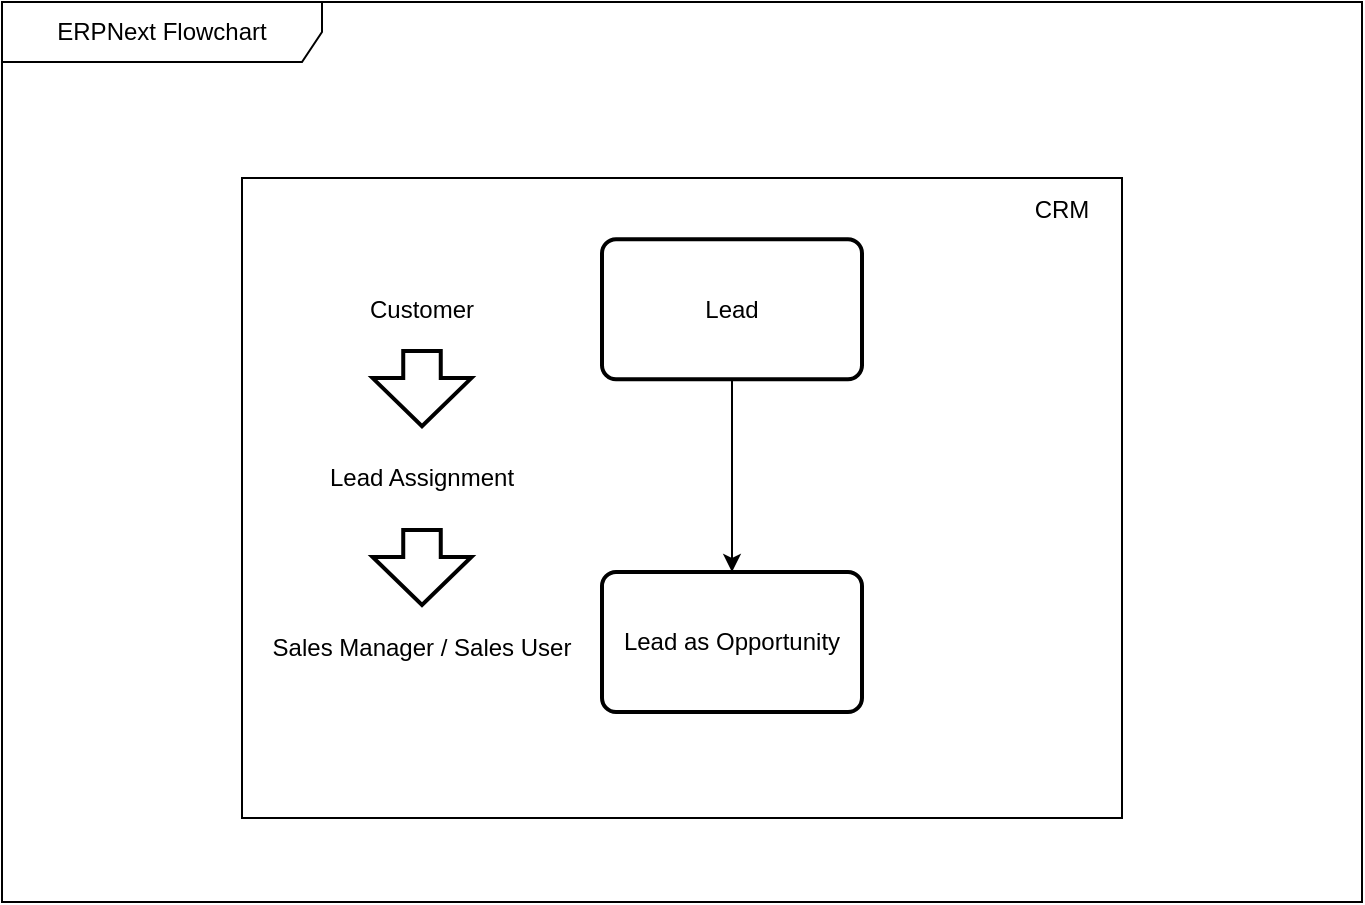
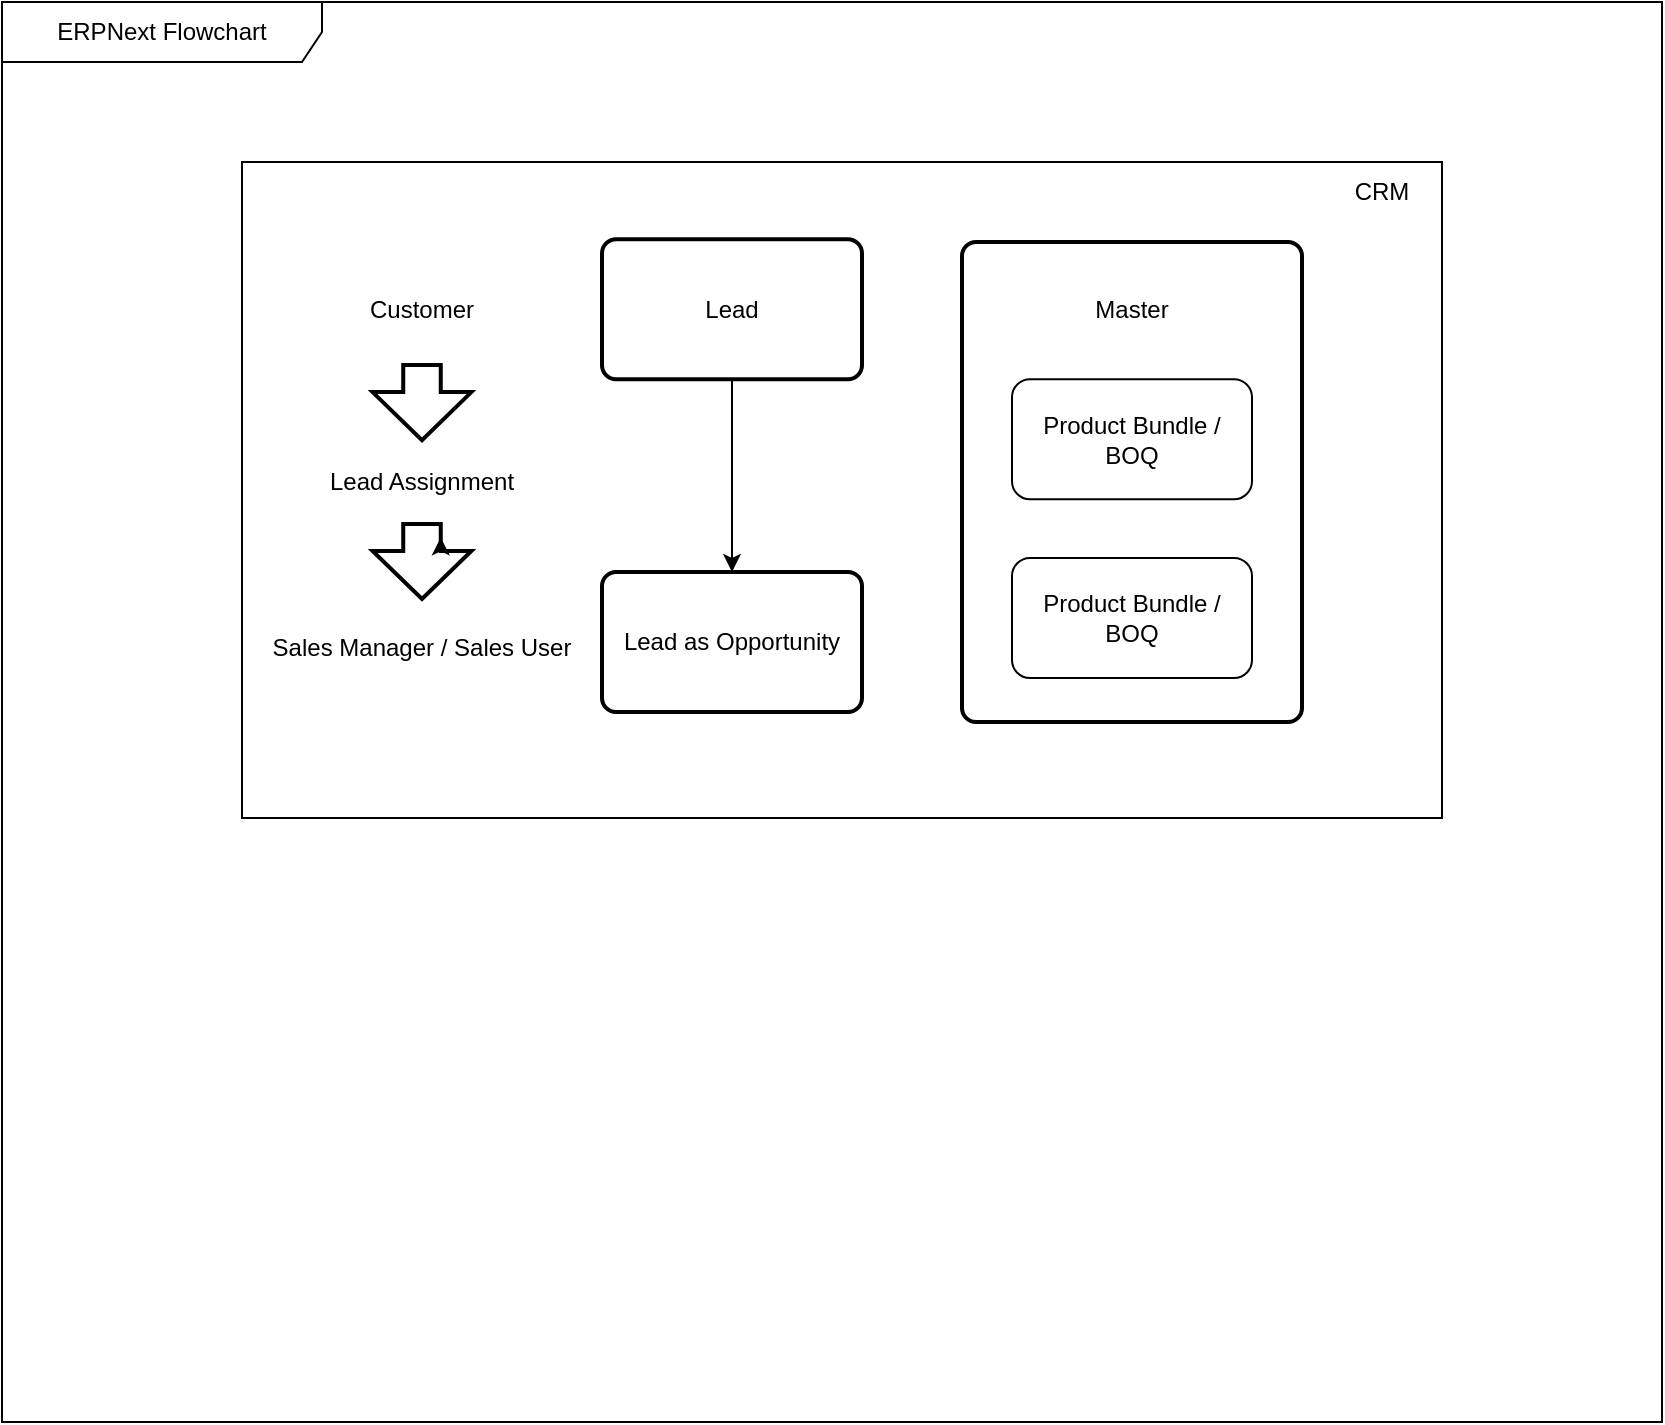
<mxfile host="Electron" agent="Mozilla/5.0 (Windows NT 10.0; Win64; x64) AppleWebKit/537.36 (KHTML, like Gecko) draw.io/28.2.5 Chrome/138.0.7204.251 Electron/37.6.1 Safari/537.36" version="28.2.5">
  <diagram name="ERPNext-Flowchart" id="5VQpRf3UxsrrhgqVb7EB">
    <mxGraphModel dx="1111" dy="537" grid="1" gridSize="10" guides="1" tooltips="1" connect="1" arrows="1" fold="1" page="1" pageScale="1" pageWidth="827" pageHeight="1169" math="0" shadow="0">
      <root>
        <mxCell id="0" />
        <mxCell id="1" parent="0" />
        <mxCell id="KllrkMzeH1JwtFpocHV2-1" value="ERPNext Flowchart" style="shape=umlFrame;whiteSpace=wrap;html=1;pointerEvents=0;recursiveResize=0;container=1;collapsible=0;width=160;" parent="1" vertex="1">
-           <mxGeometry x="80" y="190" width="680" height="450" as="geometry" />
+           <mxGeometry x="40" y="200" width="830" height="710" as="geometry" />
        </mxCell>
        <mxCell id="KllrkMzeH1JwtFpocHV2-4" value="" style="rounded=0;whiteSpace=wrap;html=1;" parent="KllrkMzeH1JwtFpocHV2-1" vertex="1">
-           <mxGeometry x="120" y="88" width="440" height="320" as="geometry" />
+           <mxGeometry x="120" y="80" width="600" height="328" as="geometry" />
        </mxCell>
        <mxCell id="KllrkMzeH1JwtFpocHV2-5" value="CRM" style="text;html=1;align=center;verticalAlign=middle;whiteSpace=wrap;rounded=0;" parent="KllrkMzeH1JwtFpocHV2-1" vertex="1">
-           <mxGeometry x="500" y="88.62" width="60" height="30" as="geometry" />
+           <mxGeometry x="660" y="80" width="60" height="30" as="geometry" />
        </mxCell>
        <mxCell id="KllrkMzeH1JwtFpocHV2-8" style="edgeStyle=orthogonalEdgeStyle;rounded=0;orthogonalLoop=1;jettySize=auto;html=1;entryX=0.5;entryY=0;entryDx=0;entryDy=0;" parent="KllrkMzeH1JwtFpocHV2-1" source="KllrkMzeH1JwtFpocHV2-6" target="KllrkMzeH1JwtFpocHV2-7" edge="1">
          <mxGeometry relative="1" as="geometry" />
        </mxCell>
        <mxCell id="KllrkMzeH1JwtFpocHV2-6" value="Lead" style="rounded=1;whiteSpace=wrap;html=1;absoluteArcSize=1;arcSize=14;strokeWidth=2;" parent="KllrkMzeH1JwtFpocHV2-1" vertex="1">
          <mxGeometry x="300" y="118.62" width="130" height="70" as="geometry" />
        </mxCell>
        <mxCell id="KllrkMzeH1JwtFpocHV2-7" value="Lead as Opportunity" style="rounded=1;whiteSpace=wrap;html=1;absoluteArcSize=1;arcSize=14;strokeWidth=2;" parent="KllrkMzeH1JwtFpocHV2-1" vertex="1">
          <mxGeometry x="300" y="285" width="130" height="70" as="geometry" />
        </mxCell>
-         <mxCell id="C1Wobmr2DnB0NistbBoQ-4" value="Customer" style="text;html=1;align=center;verticalAlign=middle;whiteSpace=wrap;rounded=0;" vertex="1" parent="KllrkMzeH1JwtFpocHV2-1">
+         <mxCell id="C1Wobmr2DnB0NistbBoQ-4" value="Customer" style="text;html=1;align=center;verticalAlign=middle;whiteSpace=wrap;rounded=0;" parent="KllrkMzeH1JwtFpocHV2-1" vertex="1">
          <mxGeometry x="120" y="138.62" width="180" height="30" as="geometry" />
        </mxCell>
-         <mxCell id="C1Wobmr2DnB0NistbBoQ-7" value="Sales Manager / Sales User" style="text;html=1;align=center;verticalAlign=middle;whiteSpace=wrap;rounded=0;" vertex="1" parent="KllrkMzeH1JwtFpocHV2-1">
+         <mxCell id="C1Wobmr2DnB0NistbBoQ-7" value="Sales Manager / Sales User" style="text;html=1;align=center;verticalAlign=middle;whiteSpace=wrap;rounded=0;" parent="KllrkMzeH1JwtFpocHV2-1" vertex="1">
          <mxGeometry x="120" y="308" width="180" height="30" as="geometry" />
        </mxCell>
-         <mxCell id="C1Wobmr2DnB0NistbBoQ-9" value="" style="verticalLabelPosition=bottom;verticalAlign=top;html=1;strokeWidth=2;shape=mxgraph.arrows2.arrow;dy=0.62;dx=24;notch=0;rotation=90;" vertex="1" parent="KllrkMzeH1JwtFpocHV2-1">
-           <mxGeometry x="191.25" y="168.62" width="37.5" height="49.38" as="geometry" />
+         <mxCell id="C1Wobmr2DnB0NistbBoQ-9" value="" style="verticalLabelPosition=bottom;verticalAlign=top;html=1;strokeWidth=2;shape=mxgraph.arrows2.arrow;dy=0.62;dx=24;notch=0;rotation=90;" parent="KllrkMzeH1JwtFpocHV2-1" vertex="1">
+           <mxGeometry x="191.25" y="175.62" width="37.5" height="49.38" as="geometry" />
        </mxCell>
-         <mxCell id="C1Wobmr2DnB0NistbBoQ-10" value="" style="verticalLabelPosition=bottom;verticalAlign=top;html=1;strokeWidth=2;shape=mxgraph.arrows2.arrow;dy=0.62;dx=24;notch=0;rotation=90;" vertex="1" parent="KllrkMzeH1JwtFpocHV2-1">
-           <mxGeometry x="191.25" y="258" width="37.5" height="49.38" as="geometry" />
+         <mxCell id="C1Wobmr2DnB0NistbBoQ-10" value="" style="verticalLabelPosition=bottom;verticalAlign=top;html=1;strokeWidth=2;shape=mxgraph.arrows2.arrow;dy=0.62;dx=24;notch=0;rotation=90;" parent="KllrkMzeH1JwtFpocHV2-1" vertex="1">
+           <mxGeometry x="191.25" y="255" width="37.5" height="49.38" as="geometry" />
        </mxCell>
-         <mxCell id="C1Wobmr2DnB0NistbBoQ-6" value="Lead Assignment" style="text;html=1;align=center;verticalAlign=middle;whiteSpace=wrap;rounded=0;" vertex="1" parent="1">
-           <mxGeometry x="200" y="413" width="180" height="30" as="geometry" />
+         <mxCell id="mgzSuXylah5s0_LilTAz-1" value="" style="rounded=1;whiteSpace=wrap;html=1;absoluteArcSize=1;arcSize=14;strokeWidth=2;" vertex="1" parent="KllrkMzeH1JwtFpocHV2-1">
+           <mxGeometry x="480" y="120" width="170" height="240" as="geometry" />
+         </mxCell>
+         <mxCell id="mgzSuXylah5s0_LilTAz-3" value="Master" style="text;html=1;align=center;verticalAlign=middle;whiteSpace=wrap;rounded=0;" vertex="1" parent="KllrkMzeH1JwtFpocHV2-1">
+           <mxGeometry x="535" y="138.62" width="60" height="30" as="geometry" />
+         </mxCell>
+         <mxCell id="mgzSuXylah5s0_LilTAz-4" value="Product Bundle / BOQ" style="rounded=1;whiteSpace=wrap;html=1;" vertex="1" parent="KllrkMzeH1JwtFpocHV2-1">
+           <mxGeometry x="505" y="188.62" width="120" height="60" as="geometry" />
+         </mxCell>
+         <mxCell id="mgzSuXylah5s0_LilTAz-5" value="Product Bundle / BOQ" style="rounded=1;whiteSpace=wrap;html=1;" vertex="1" parent="KllrkMzeH1JwtFpocHV2-1">
+           <mxGeometry x="505" y="278" width="120" height="60" as="geometry" />
+         </mxCell>
+         <mxCell id="C1Wobmr2DnB0NistbBoQ-6" value="Lead Assignment" style="text;html=1;align=center;verticalAlign=middle;whiteSpace=wrap;rounded=0;" parent="KllrkMzeH1JwtFpocHV2-1" vertex="1">
+           <mxGeometry x="120" y="225" width="180" height="30" as="geometry" />
+         </mxCell>
+         <mxCell id="mgzSuXylah5s0_LilTAz-6" style="edgeStyle=orthogonalEdgeStyle;rounded=0;orthogonalLoop=1;jettySize=auto;html=1;exitX=0;exitY=0;exitDx=13.5;exitDy=15.3078;exitPerimeter=0;entryX=0;entryY=0;entryDx=6.75;entryDy=15.3078;entryPerimeter=0;" edge="1" parent="KllrkMzeH1JwtFpocHV2-1" source="C1Wobmr2DnB0NistbBoQ-10" target="C1Wobmr2DnB0NistbBoQ-10">
+           <mxGeometry relative="1" as="geometry" />
        </mxCell>
      </root>
    </mxGraphModel>
  </diagram>
</mxfile>
